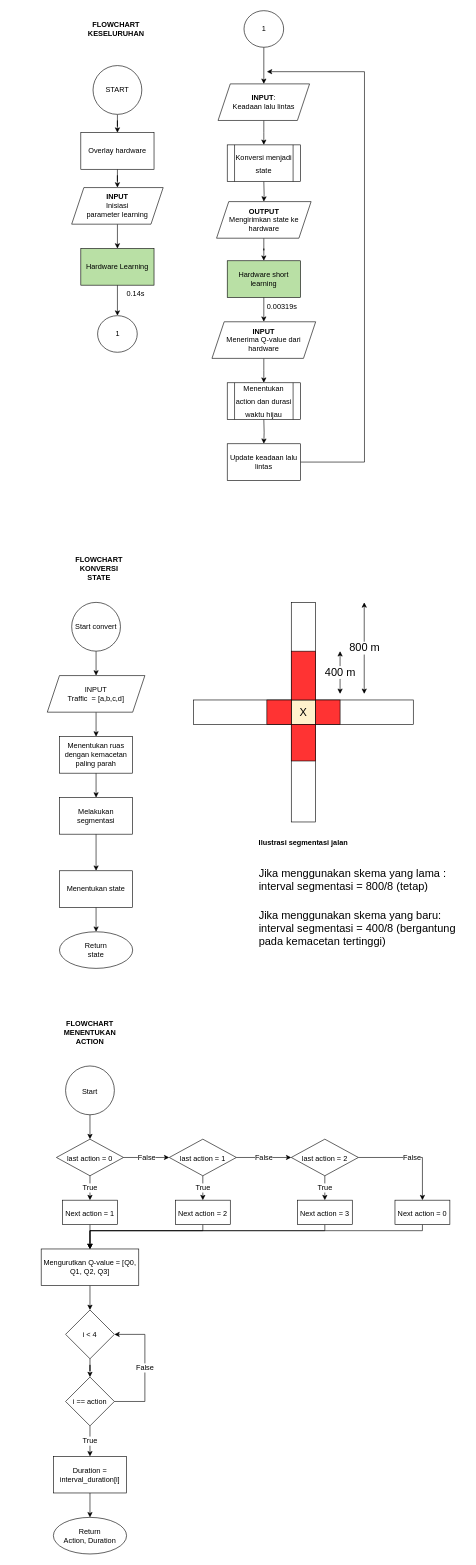
Above: page "Flowchart Software" (6 of 8) of intelight.drawio in zulfikarna/intelligent_traffic_light (draw.io), before the change. Source tidied: cells renumbered, new cells numbered last; positions are measured from the earlier drawing's top-left corner, leaving out a move shared by most shapes. Both pictures are drawn from the tidied source at 61%, with x=0, y=0 at pixel (41, 10).
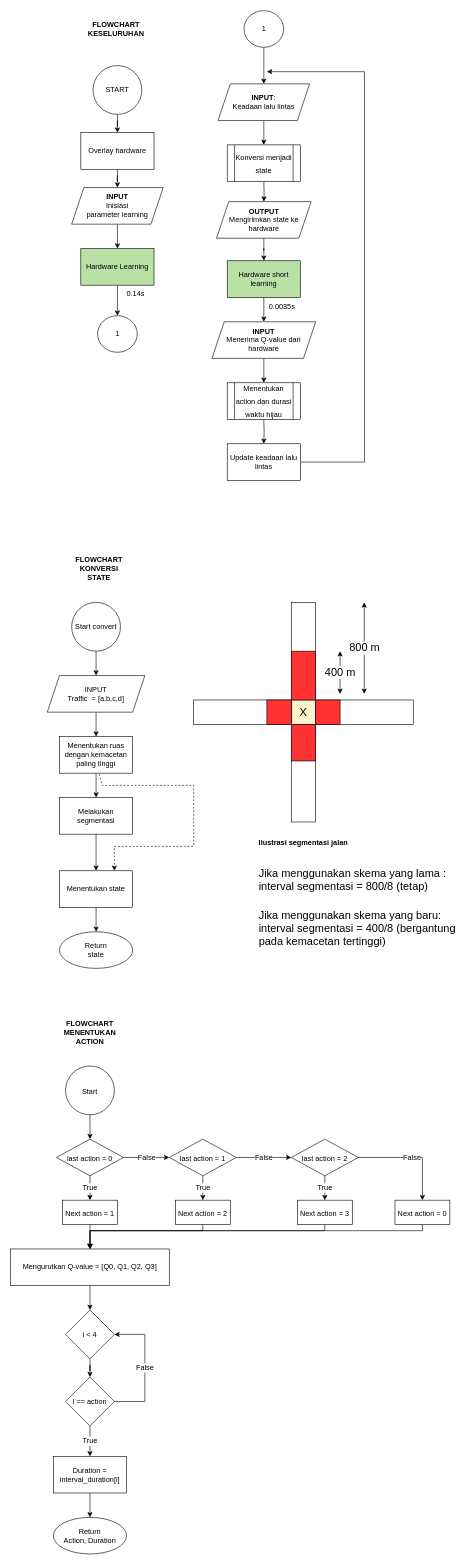
Above is the later version.

Unchanged cells that the change refers to:
```xml
<mxCell id="38" value="Menentukan state" style="whiteSpace=wrap;html=1;fillColor=#FFFFFF;" parent="1" vertex="1">
  <mxGeometry x="30" y="1410" width="120" height="60" as="geometry" />
</mxCell>
```

The edit, as a diff of the source:
```diff
@@
-    <mxCell id="26" value="0.00319s" style="text;html=1;strokeColor=none;fillColor=none;align=center;verticalAlign=middle;whiteSpace=wrap;rounded=0;" parent="1" vertex="1">
+    <mxCell id="26" value="0.0035s" style="text;html=1;strokeColor=none;fillColor=none;align=center;verticalAlign=middle;whiteSpace=wrap;rounded=0;" parent="1" vertex="1">
       <mxGeometry x="365" y="470" width="60" height="30" as="geometry" />
     </mxCell>
@@
-    <mxCell id="34" value="Menentukan ruas dengan kemacetan paling parah" style="whiteSpace=wrap;html=1;fillColor=#FFFFFF;" parent="1" vertex="1">
+    <mxCell id="34" value="Menentukan ruas dengan kemacetan paling tinggi" style="whiteSpace=wrap;html=1;fillColor=#FFFFFF;" parent="1" vertex="1">
       <mxGeometry x="30" y="1190" width="120" height="60" as="geometry" />
     </mxCell>
@@
     <mxCell id="77" value="Mengurutkan Q-value = [Q0, Q1, Q2, Q3]" style="rounded=0;whiteSpace=wrap;html=1;fontSize=12;fillColor=#FFFFFF;" parent="1" vertex="1">
-      <mxGeometry y="2030" width="160" height="60" as="geometry" />
+      <mxGeometry x="-50" y="2030" width="260" height="60" as="geometry" />
     </mxCell>
@@
+    <mxCell id="86" style="endArrow=classic;html=1;rounded=0;exitX=0.542;exitY=1.028;exitDx=0;exitDy=0;exitPerimeter=0;entryX=0.75;entryY=0;entryDx=0;entryDy=0;dashed=1;" parent="1" edge="1" source="34" target="38">
+      <mxGeometry relative="1" as="geometry">
+        <Array as="points">
+          <mxPoint x="100" y="1270" />
+          <mxPoint x="250" y="1270" />
+          <mxPoint x="250" y="1370" />
+          <mxPoint x="120" y="1370" />
+        </Array>
+      </mxGeometry>
+    </mxCell>
```
